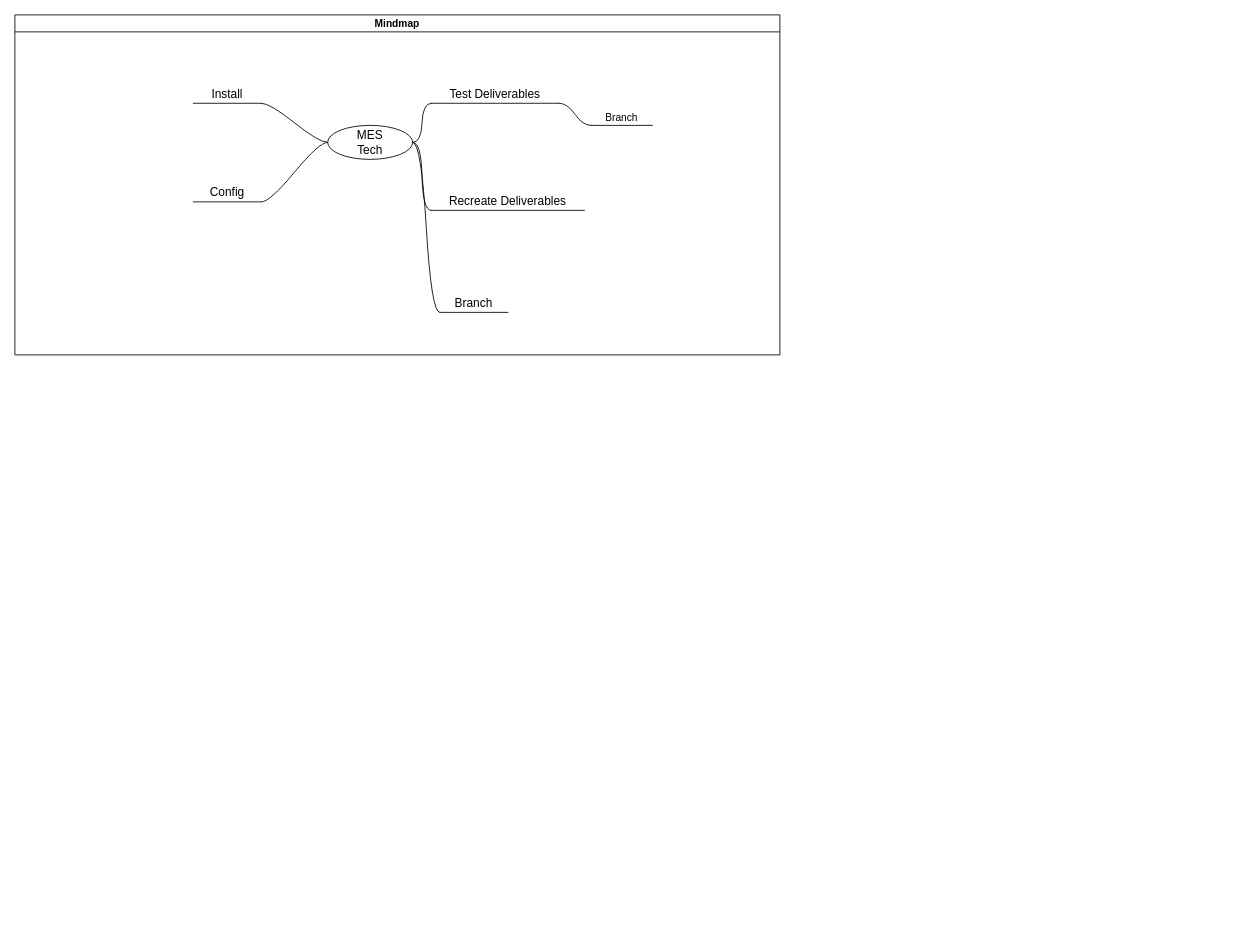
Earlier version of the draw.io diagram MES Mindmaps/MES Technical.drawio (vinceliao99/MyDiagrams). Source tidied: cells renumbered, new cells numbered last; positions are measured from the earlier drawing's top-left corner, leaving out a move shared by most shapes. Both pictures are drawn from the tidied source at 85%, with x=0, y=0 at pixel (14, 14).
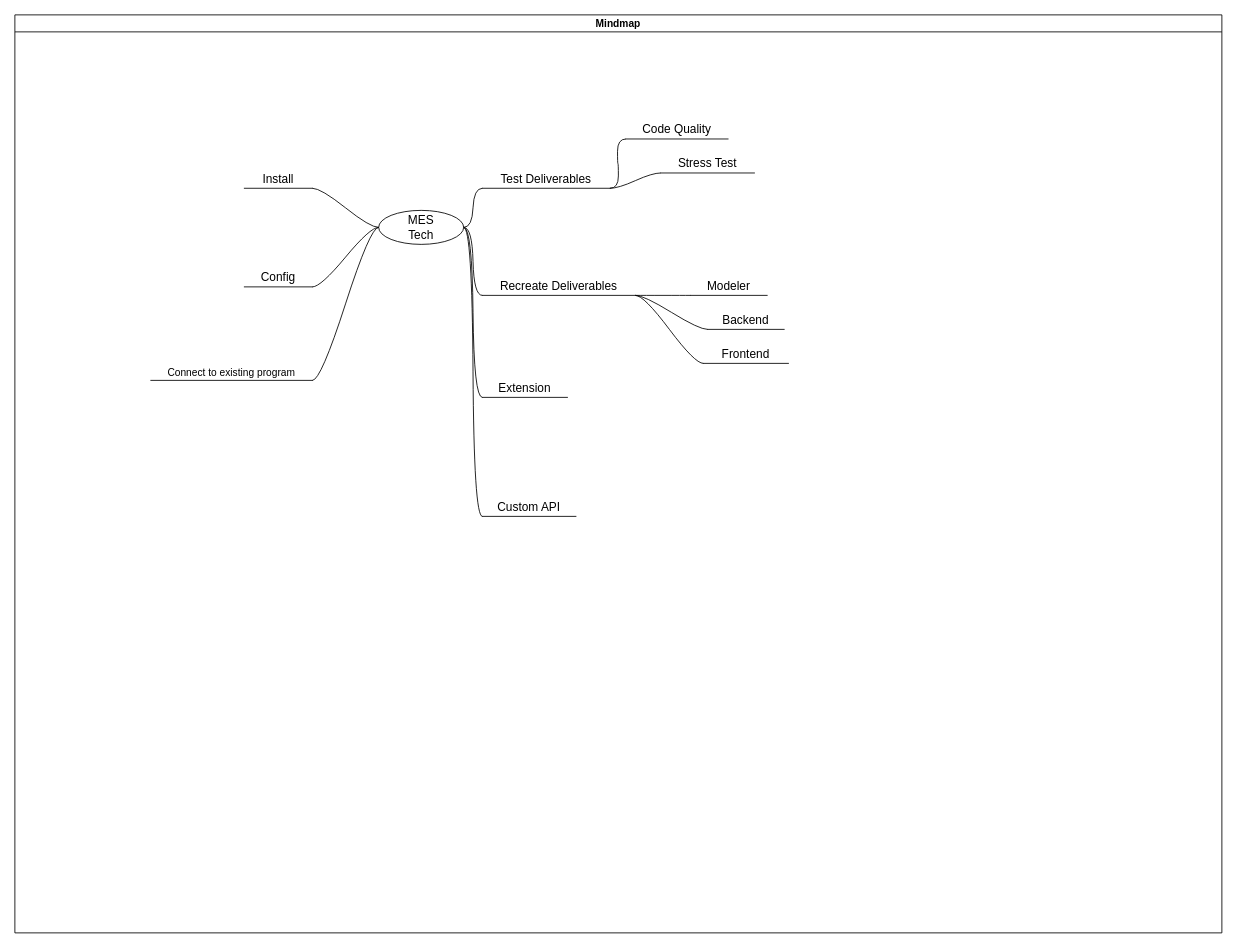
After the change.

Diff of the diagram source:
```diff
@@
     <mxCell id="2" value="Mindmap" style="swimlane;startSize=20;horizontal=1;containerType=tree;" parent="1" vertex="1">
-      <mxGeometry width="900" height="400" as="geometry" />
+      <mxGeometry width="1420" height="1080" as="geometry" />
     </mxCell>
@@
     <mxCell id="5" value="&lt;font style=&quot;font-size: 14px;&quot;&gt;MES&lt;br&gt;Tech&lt;br&gt;&lt;/font&gt;" style="ellipse;whiteSpace=wrap;html=1;align=center;newEdgeStyle={&quot;edgeStyle&quot;:&quot;entityRelationEdgeStyle&quot;,&quot;startArrow&quot;:&quot;none&quot;,&quot;endArrow&quot;:&quot;none&quot;,&quot;segment&quot;:10,&quot;curved&quot;:1,&quot;sourcePerimeterSpacing&quot;:0,&quot;targetPerimeterSpacing&quot;:0};" parent="2" vertex="1">
-      <mxGeometry x="368" y="130" width="100" height="40" as="geometry" />
+      <mxGeometry x="428" y="230" width="100" height="40" as="geometry" />
     </mxCell>
     <mxCell id="6" value="&lt;font style=&quot;font-size: 14px;&quot;&gt;Test Deliverables&lt;/font&gt;" style="whiteSpace=wrap;html=1;shape=partialRectangle;top=0;left=0;bottom=1;right=0;points=[[0,1],[1,1]];fillColor=none;align=center;verticalAlign=bottom;routingCenterY=0.5;snapToPoint=1;newEdgeStyle={&quot;edgeStyle&quot;:&quot;entityRelationEdgeStyle&quot;,&quot;startArrow&quot;:&quot;none&quot;,&quot;endArrow&quot;:&quot;none&quot;,&quot;segment&quot;:10,&quot;curved&quot;:1,&quot;sourcePerimeterSpacing&quot;:0,&quot;targetPerimeterSpacing&quot;:0};" parent="2" vertex="1">
-      <mxGeometry x="490" y="74" width="150" height="30" as="geometry" />
+      <mxGeometry x="550" y="174" width="150" height="30" as="geometry" />
     </mxCell>
     <mxCell id="7" value="&lt;font style=&quot;font-size: 14px;&quot;&gt;Config&lt;/font&gt;" style="whiteSpace=wrap;html=1;shape=partialRectangle;top=0;left=0;bottom=1;right=0;points=[[0,1],[1,1]];fillColor=none;align=center;verticalAlign=bottom;routingCenterY=0.5;snapToPoint=1;newEdgeStyle={&quot;edgeStyle&quot;:&quot;entityRelationEdgeStyle&quot;,&quot;startArrow&quot;:&quot;none&quot;,&quot;endArrow&quot;:&quot;none&quot;,&quot;segment&quot;:10,&quot;curved&quot;:1,&quot;sourcePerimeterSpacing&quot;:0,&quot;targetPerimeterSpacing&quot;:0};" parent="2" vertex="1">
-      <mxGeometry x="210" y="190" width="80" height="30" as="geometry" />
+      <mxGeometry x="270" y="290" width="80" height="30" as="geometry" />
     </mxCell>
@@
-    <mxCell id="9" value="Branch" style="whiteSpace=wrap;html=1;shape=partialRectangle;top=0;left=0;bottom=1;right=0;points=[[0,1],[1,1]];fillColor=none;align=center;verticalAlign=bottom;routingCenterY=0.5;snapToPoint=1;newEdgeStyle={&quot;edgeStyle&quot;:&quot;entityRelationEdgeStyle&quot;,&quot;startArrow&quot;:&quot;none&quot;,&quot;endArrow&quot;:&quot;none&quot;,&quot;segment&quot;:10,&quot;curved&quot;:1,&quot;sourcePerimeterSpacing&quot;:0,&quot;targetPerimeterSpacing&quot;:0};" parent="2" vertex="1">
-      <mxGeometry x="678" y="104" width="72" height="26" as="geometry" />
+    <mxCell id="9" value="&lt;font style=&quot;font-size: 14px;&quot;&gt;Code Quality&lt;/font&gt;" style="whiteSpace=wrap;html=1;shape=partialRectangle;top=0;left=0;bottom=1;right=0;points=[[0,1],[1,1]];fillColor=none;align=center;verticalAlign=bottom;routingCenterY=0.5;snapToPoint=1;newEdgeStyle={&quot;edgeStyle&quot;:&quot;entityRelationEdgeStyle&quot;,&quot;startArrow&quot;:&quot;none&quot;,&quot;endArrow&quot;:&quot;none&quot;,&quot;segment&quot;:10,&quot;curved&quot;:1,&quot;sourcePerimeterSpacing&quot;:0,&quot;targetPerimeterSpacing&quot;:0};" parent="2" vertex="1">
+      <mxGeometry x="719" y="116" width="120" height="30" as="geometry" />
     </mxCell>
@@
     <mxCell id="11" value="&lt;font style=&quot;font-size: 14px;&quot;&gt;Recreate Deliverables&lt;/font&gt;" style="whiteSpace=wrap;html=1;shape=partialRectangle;top=0;left=0;bottom=1;right=0;points=[[0,1],[1,1]];fillColor=none;align=center;verticalAlign=bottom;routingCenterY=0.5;snapToPoint=1;newEdgeStyle={&quot;edgeStyle&quot;:&quot;entityRelationEdgeStyle&quot;,&quot;startArrow&quot;:&quot;none&quot;,&quot;endArrow&quot;:&quot;none&quot;,&quot;segment&quot;:10,&quot;curved&quot;:1,&quot;sourcePerimeterSpacing&quot;:0,&quot;targetPerimeterSpacing&quot;:0};" parent="2" vertex="1">
-      <mxGeometry x="490" y="200" width="180" height="30" as="geometry" />
+      <mxGeometry x="550" y="300" width="180" height="30" as="geometry" />
     </mxCell>
-    <mxCell id="12" value="&lt;font style=&quot;font-size: 14px;&quot;&gt;Branch&lt;/font&gt;" style="whiteSpace=wrap;html=1;shape=partialRectangle;top=0;left=0;bottom=1;right=0;points=[[0,1],[1,1]];fillColor=none;align=center;verticalAlign=bottom;routingCenterY=0.5;snapToPoint=1;newEdgeStyle={&quot;edgeStyle&quot;:&quot;entityRelationEdgeStyle&quot;,&quot;startArrow&quot;:&quot;none&quot;,&quot;endArrow&quot;:&quot;none&quot;,&quot;segment&quot;:10,&quot;curved&quot;:1,&quot;sourcePerimeterSpacing&quot;:0,&quot;targetPerimeterSpacing&quot;:0};" parent="2" vertex="1">
-      <mxGeometry x="500" y="320" width="80" height="30" as="geometry" />
+    <mxCell id="12" value="&lt;font style=&quot;font-size: 14px;&quot;&gt;Extension&lt;/font&gt;" style="whiteSpace=wrap;html=1;shape=partialRectangle;top=0;left=0;bottom=1;right=0;points=[[0,1],[1,1]];fillColor=none;align=center;verticalAlign=bottom;routingCenterY=0.5;snapToPoint=1;newEdgeStyle={&quot;edgeStyle&quot;:&quot;entityRelationEdgeStyle&quot;,&quot;startArrow&quot;:&quot;none&quot;,&quot;endArrow&quot;:&quot;none&quot;,&quot;segment&quot;:10,&quot;curved&quot;:1,&quot;sourcePerimeterSpacing&quot;:0,&quot;targetPerimeterSpacing&quot;:0};" parent="2" vertex="1">
+      <mxGeometry x="550" y="420" width="100" height="30" as="geometry" />
     </mxCell>
@@
     <mxCell id="14" value="&lt;font style=&quot;font-size: 14px;&quot;&gt;Install&lt;/font&gt;" style="whiteSpace=wrap;html=1;shape=partialRectangle;top=0;left=0;bottom=1;right=0;points=[[0,1],[1,1]];fillColor=none;align=center;verticalAlign=bottom;routingCenterY=0.5;snapToPoint=1;newEdgeStyle={&quot;edgeStyle&quot;:&quot;entityRelationEdgeStyle&quot;,&quot;startArrow&quot;:&quot;none&quot;,&quot;endArrow&quot;:&quot;none&quot;,&quot;segment&quot;:10,&quot;curved&quot;:1,&quot;sourcePerimeterSpacing&quot;:0,&quot;targetPerimeterSpacing&quot;:0};" parent="2" vertex="1">
-      <mxGeometry x="210" y="74" width="80" height="30" as="geometry" />
+      <mxGeometry x="270" y="174" width="80" height="30" as="geometry" />
     </mxCell>
@@
+    <mxCell id="16" value="Connect to existing program" style="whiteSpace=wrap;html=1;shape=partialRectangle;top=0;left=0;bottom=1;right=0;points=[[0,1],[1,1]];fillColor=none;align=center;verticalAlign=bottom;routingCenterY=0.5;snapToPoint=1;newEdgeStyle={&quot;edgeStyle&quot;:&quot;entityRelationEdgeStyle&quot;,&quot;startArrow&quot;:&quot;none&quot;,&quot;endArrow&quot;:&quot;none&quot;,&quot;segment&quot;:10,&quot;curved&quot;:1,&quot;sourcePerimeterSpacing&quot;:0,&quot;targetPerimeterSpacing&quot;:0};" parent="2" vertex="1">
+      <mxGeometry x="160" y="400" width="190" height="30" as="geometry" />
+    </mxCell>
+    <mxCell id="17" style="edgeStyle=entityRelationEdgeStyle;startArrow=none;endArrow=none;segment=10;curved=1;sourcePerimeterSpacing=0;targetPerimeterSpacing=0;rounded=0;exitX=0;exitY=0.5;exitDx=0;exitDy=0;" parent="2" edge="1" source="5" target="16">
+      <mxGeometry relative="1" as="geometry">
+        <Array as="points">
+          <mxPoint x="290" y="460" />
+        </Array>
+      </mxGeometry>
+    </mxCell>
+    <mxCell id="18" style="edgeStyle=entityRelationEdgeStyle;startArrow=none;endArrow=none;segment=10;curved=1;sourcePerimeterSpacing=0;targetPerimeterSpacing=0;rounded=0;" parent="2" edge="1" source="11" target="19">
+      <mxGeometry relative="1" as="geometry" />
+    </mxCell>
+    <mxCell id="19" value="&lt;font style=&quot;font-size: 14px;&quot;&gt;Modeler&lt;/font&gt;" style="whiteSpace=wrap;html=1;shape=partialRectangle;top=0;left=0;bottom=1;right=0;points=[[0,1],[1,1]];fillColor=none;align=center;verticalAlign=bottom;routingCenterY=0.5;snapToPoint=1;newEdgeStyle={&quot;edgeStyle&quot;:&quot;entityRelationEdgeStyle&quot;,&quot;startArrow&quot;:&quot;none&quot;,&quot;endArrow&quot;:&quot;none&quot;,&quot;segment&quot;:10,&quot;curved&quot;:1,&quot;sourcePerimeterSpacing&quot;:0,&quot;targetPerimeterSpacing&quot;:0};" parent="2" vertex="1">
+      <mxGeometry x="795" y="300" width="90" height="30" as="geometry" />
+    </mxCell>
+    <mxCell id="20" style="edgeStyle=entityRelationEdgeStyle;startArrow=none;endArrow=none;segment=10;curved=1;sourcePerimeterSpacing=0;targetPerimeterSpacing=0;rounded=0;" parent="2" edge="1" source="11" target="21">
+      <mxGeometry relative="1" as="geometry" />
+    </mxCell>
+    <mxCell id="21" value="&lt;font style=&quot;font-size: 14px;&quot;&gt;Backend&lt;/font&gt;" style="whiteSpace=wrap;html=1;shape=partialRectangle;top=0;left=0;bottom=1;right=0;points=[[0,1],[1,1]];fillColor=none;align=center;verticalAlign=bottom;routingCenterY=0.5;snapToPoint=1;newEdgeStyle={&quot;edgeStyle&quot;:&quot;entityRelationEdgeStyle&quot;,&quot;startArrow&quot;:&quot;none&quot;,&quot;endArrow&quot;:&quot;none&quot;,&quot;segment&quot;:10,&quot;curved&quot;:1,&quot;sourcePerimeterSpacing&quot;:0,&quot;targetPerimeterSpacing&quot;:0};" parent="2" vertex="1">
+      <mxGeometry x="815" y="340" width="90" height="30" as="geometry" />
+    </mxCell>
+    <mxCell id="22" style="edgeStyle=entityRelationEdgeStyle;startArrow=none;endArrow=none;segment=10;curved=1;sourcePerimeterSpacing=0;targetPerimeterSpacing=0;rounded=0;" parent="2" edge="1" source="11" target="23">
+      <mxGeometry relative="1" as="geometry" />
+    </mxCell>
+    <mxCell id="23" value="&lt;font style=&quot;font-size: 14px;&quot;&gt;Frontend&lt;/font&gt;" style="whiteSpace=wrap;html=1;shape=partialRectangle;top=0;left=0;bottom=1;right=0;points=[[0,1],[1,1]];fillColor=none;align=center;verticalAlign=bottom;routingCenterY=0.5;snapToPoint=1;newEdgeStyle={&quot;edgeStyle&quot;:&quot;entityRelationEdgeStyle&quot;,&quot;startArrow&quot;:&quot;none&quot;,&quot;endArrow&quot;:&quot;none&quot;,&quot;segment&quot;:10,&quot;curved&quot;:1,&quot;sourcePerimeterSpacing&quot;:0,&quot;targetPerimeterSpacing&quot;:0};" parent="2" vertex="1">
+      <mxGeometry x="810" y="380" width="100" height="30" as="geometry" />
+    </mxCell>
+    <mxCell id="24" value="&lt;font style=&quot;font-size: 14px;&quot;&gt;Custom API&lt;/font&gt;" style="whiteSpace=wrap;html=1;shape=partialRectangle;top=0;left=0;bottom=1;right=0;points=[[0,1],[1,1]];fillColor=none;align=center;verticalAlign=bottom;routingCenterY=0.5;snapToPoint=1;newEdgeStyle={&quot;edgeStyle&quot;:&quot;entityRelationEdgeStyle&quot;,&quot;startArrow&quot;:&quot;none&quot;,&quot;endArrow&quot;:&quot;none&quot;,&quot;segment&quot;:10,&quot;curved&quot;:1,&quot;sourcePerimeterSpacing&quot;:0,&quot;targetPerimeterSpacing&quot;:0};" parent="2" vertex="1">
+      <mxGeometry x="550" y="560" width="110" height="30" as="geometry" />
+    </mxCell>
+    <mxCell id="25" style="edgeStyle=entityRelationEdgeStyle;startArrow=none;endArrow=none;segment=10;curved=1;sourcePerimeterSpacing=0;targetPerimeterSpacing=0;rounded=0;exitX=1;exitY=0.5;exitDx=0;exitDy=0;" parent="2" edge="1" source="5" target="24">
+      <mxGeometry relative="1" as="geometry" />
+    </mxCell>
+    <mxCell id="26" style="edgeStyle=entityRelationEdgeStyle;startArrow=none;endArrow=none;segment=10;curved=1;sourcePerimeterSpacing=0;targetPerimeterSpacing=0;rounded=0;" parent="2" edge="1" source="6" target="27">
+      <mxGeometry relative="1" as="geometry" />
+    </mxCell>
+    <mxCell id="27" value="&lt;font style=&quot;font-size: 14px;&quot;&gt;Stress Test&lt;/font&gt;" style="whiteSpace=wrap;html=1;shape=partialRectangle;top=0;left=0;bottom=1;right=0;points=[[0,1],[1,1]];fillColor=none;align=center;verticalAlign=bottom;routingCenterY=0.5;snapToPoint=1;newEdgeStyle={&quot;edgeStyle&quot;:&quot;entityRelationEdgeStyle&quot;,&quot;startArrow&quot;:&quot;none&quot;,&quot;endArrow&quot;:&quot;none&quot;,&quot;segment&quot;:10,&quot;curved&quot;:1,&quot;sourcePerimeterSpacing&quot;:0,&quot;targetPerimeterSpacing&quot;:0};" parent="2" vertex="1">
+      <mxGeometry x="760" y="156" width="110" height="30" as="geometry" />
+    </mxCell>
```
